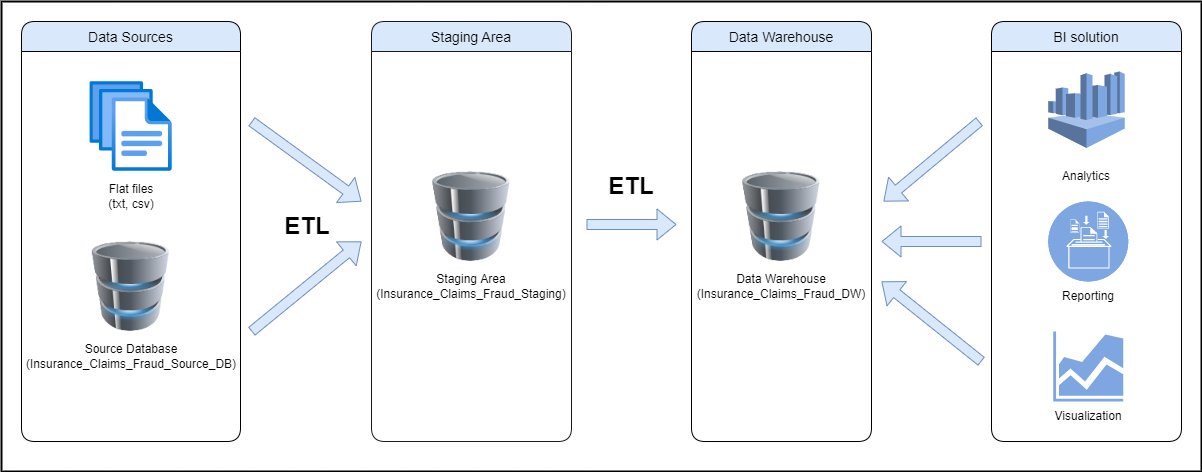
aseljayasooriya/InsuranceClaimsFraudSSIS keeps this draw.io diagram as Documents/highlevel_DW_&_BI_solution_architecture.png. Above is the earlier version. Source tidied: cells renumbered, new cells last; positions are measured from the earlier drawing's top-left corner, leaving out a move shared by most shapes. Source of this version:
```xml
<mxGraphModel>
  <root>
    <mxCell id="0" />
    <mxCell id="1" parent="0" />
    <mxCell id="2" style="rounded=0;whiteSpace=wrap;html=1;fontSize=24;strokeWidth=2;" parent="1" vertex="1">
      <mxGeometry width="1200" height="470" as="geometry" />
    </mxCell>
    <mxCell id="3" style="group;" parent="1" vertex="1">
      <mxGeometry x="20" y="20" width="219" height="420" as="geometry" />
    </mxCell>
    <mxCell id="4" value="Data Sources" style="swimlane;horizontal=1;startSize=30;rounded=1;fontSize=14;fontStyle=0;strokeWidth=1;shadow=0;dashed=0;align=center;fillColor=#dae8fc;strokeColor=#000000;" parent="3" vertex="1">
      <mxGeometry width="219" height="420" as="geometry" />
    </mxCell>
    <mxCell id="5" style="group;" parent="3" vertex="1">
      <mxGeometry x="55.6" y="220" width="107.7" height="130" as="geometry" />
    </mxCell>
    <mxCell id="6" style="image;html=1;image=img/lib/clip_art/computers/Database_128x128.png;strokeColor=#000000;strokeWidth=2;fillColor=#7EA6E0;" parent="5" vertex="1">
      <mxGeometry x="15" width="77.7" height="90" as="geometry" />
    </mxCell>
    <mxCell id="7" value="Source Database&lt;br&gt;(Insurance_Claims_Fraud_Source_DB)" style="text;html=1;strokeColor=none;fillColor=none;align=center;verticalAlign=middle;whiteSpace=wrap;rounded=0;" parent="5" vertex="1">
      <mxGeometry y="100" width="107.7" height="30" as="geometry" />
    </mxCell>
    <mxCell id="8" style="group;" parent="3" vertex="1">
      <mxGeometry x="68.4" y="60" width="82.3" height="130" as="geometry" />
    </mxCell>
    <mxCell id="9" style="html=1;align=center;image;fontSize=12;image=img/lib/azure2/general/Files.svg;strokeColor=#000000;strokeWidth=1;fillColor=#FFFFFF;" parent="8" vertex="1">
      <mxGeometry width="82.3" height="90" as="geometry" />
    </mxCell>
    <mxCell id="10" value="Flat files&lt;br&gt;(txt, csv)" style="text;html=1;strokeColor=none;fillColor=none;align=center;verticalAlign=middle;whiteSpace=wrap;rounded=0;" parent="8" vertex="1">
      <mxGeometry x="11.1" y="100" width="60" height="30" as="geometry" />
    </mxCell>
    <mxCell id="11" style="group;" parent="1" vertex="1">
      <mxGeometry x="370" y="20" width="200" height="420" as="geometry" />
    </mxCell>
    <mxCell id="12" value="Staging Area" style="swimlane;horizontal=1;startSize=30;rounded=1;fontSize=14;fontStyle=0;strokeWidth=1;shadow=0;dashed=0;align=center;fillColor=#dae8fc;strokeColor=#1A1A1A;" parent="11" vertex="1">
      <mxGeometry width="200" height="420" as="geometry" />
    </mxCell>
    <mxCell id="13" style="group;" parent="11" vertex="1">
      <mxGeometry x="35" y="150" width="130" height="130" as="geometry" />
    </mxCell>
    <mxCell id="14" style="image;html=1;image=img/lib/clip_art/computers/Database_128x128.png;strokeColor=#000000;strokeWidth=2;fillColor=#7EA6E0;" parent="13" vertex="1">
      <mxGeometry x="22.5" width="85" height="90" as="geometry" />
    </mxCell>
    <mxCell id="15" value="Staging Area&lt;br&gt;(Insurance_Claims_Fraud_Staging)" style="text;html=1;strokeColor=none;fillColor=none;align=center;verticalAlign=middle;whiteSpace=wrap;rounded=0;" parent="13" vertex="1">
      <mxGeometry y="100" width="130" height="30" as="geometry" />
    </mxCell>
    <mxCell id="16" style="group;" parent="1" vertex="1">
      <mxGeometry x="690" y="20" width="180" height="420" as="geometry" />
    </mxCell>
    <mxCell id="17" value="Data Warehouse" style="swimlane;horizontal=1;startSize=30;rounded=1;fontSize=14;fontStyle=0;strokeWidth=1;shadow=0;dashed=0;align=center;fillColor=#dae8fc;strokeColor=#000000;" parent="16" vertex="1">
      <mxGeometry width="180" height="420" as="geometry" />
    </mxCell>
    <mxCell id="18" style="group;" parent="16" vertex="1">
      <mxGeometry x="30" y="150" width="120" height="130" as="geometry" />
    </mxCell>
    <mxCell id="19" style="image;html=1;image=img/lib/clip_art/computers/Database_128x128.png;strokeColor=#000000;strokeWidth=2;fillColor=#7EA6E0;" parent="18" vertex="1">
      <mxGeometry x="17.5" width="85" height="90" as="geometry" />
    </mxCell>
    <mxCell id="20" value="Data Warehouse&lt;br&gt;(Insurance_Claims_Fraud_DW)" style="text;html=1;strokeColor=none;fillColor=none;align=center;verticalAlign=middle;whiteSpace=wrap;rounded=0;" parent="18" vertex="1">
      <mxGeometry y="100" width="120" height="30" as="geometry" />
    </mxCell>
    <mxCell id="21" style="group;" parent="1" vertex="1">
      <mxGeometry x="990" y="20" width="190" height="420" as="geometry" />
    </mxCell>
    <mxCell id="22" value="BI solution" style="swimlane;horizontal=1;startSize=30;rounded=1;fontSize=14;fontStyle=0;strokeWidth=1;shadow=0;dashed=0;align=center;fillColor=#dae8fc;strokeColor=#000000;" parent="21" vertex="1">
      <mxGeometry width="190" height="420" as="geometry" />
    </mxCell>
    <mxCell id="23" style="group;" parent="21" vertex="1">
      <mxGeometry x="56.8" y="50" width="76.5" height="120" as="geometry" />
    </mxCell>
    <mxCell id="24" style="dashed=0;verticalLabelPosition=bottom;verticalAlign=top;align=center;html=1;shape=mxgraph.aws3.athena;fillColor=#7EA6E0;gradientColor=none;strokeColor=#000000;strokeWidth=2;" parent="23" vertex="1">
      <mxGeometry width="76.5" height="76.5" as="geometry" />
    </mxCell>
    <mxCell id="25" value="Analytics" style="text;html=1;strokeColor=none;fillColor=none;align=center;verticalAlign=middle;whiteSpace=wrap;rounded=0;" parent="23" vertex="1">
      <mxGeometry x="8.2" y="90" width="60" height="30" as="geometry" />
    </mxCell>
    <mxCell id="26" style="group;" parent="21" vertex="1">
      <mxGeometry x="56.8" y="180" width="80" height="110" as="geometry" />
    </mxCell>
    <mxCell id="27" style="fillColor=#7EA6E0;verticalLabelPosition=bottom;sketch=0;html=1;strokeColor=#ffffff;verticalAlign=top;align=center;shape=mxgraph.cisco_safe.compositeIcon;bgIcon=ellipse;resIcon=mxgraph.cisco_safe.capability.logging_reporting;" parent="26" vertex="1">
      <mxGeometry width="80" height="80" as="geometry" />
    </mxCell>
    <mxCell id="28" value="Reporting" style="text;html=1;strokeColor=none;fillColor=none;align=center;verticalAlign=middle;whiteSpace=wrap;rounded=0;" parent="26" vertex="1">
      <mxGeometry x="10" y="80" width="60" height="30" as="geometry" />
    </mxCell>
    <mxCell id="29" style="sketch=0;shadow=0;dashed=0;html=1;strokeColor=none;labelPosition=center;verticalLabelPosition=bottom;verticalAlign=top;align=center;fillColor=#7EA6E0;shape=mxgraph.mscae.general.graph;" parent="21" vertex="1">
      <mxGeometry x="61.8" y="310" width="70" height="70" as="geometry" />
    </mxCell>
    <mxCell id="30" value="Visualization" style="text;html=1;strokeColor=none;fillColor=none;align=center;verticalAlign=middle;whiteSpace=wrap;rounded=0;" parent="21" vertex="1">
      <mxGeometry x="66.8" y="380" width="60" height="30" as="geometry" />
    </mxCell>
    <mxCell id="31" style="shape=flexArrow;endArrow=classic;html=1;rounded=0;fillColor=#dae8fc;strokeColor=#6c8ebf;" parent="1" edge="1">
      <mxGeometry relative="1" as="geometry">
        <mxPoint x="250" y="120" as="sourcePoint" />
        <mxPoint x="360" y="200" as="targetPoint" />
      </mxGeometry>
    </mxCell>
    <mxCell id="32" style="shape=flexArrow;endArrow=classic;html=1;rounded=0;fillColor=#dae8fc;strokeColor=#6c8ebf;" parent="1" edge="1">
      <mxGeometry relative="1" as="geometry">
        <mxPoint x="250" y="330" as="sourcePoint" />
        <mxPoint x="360" y="240" as="targetPoint" />
      </mxGeometry>
    </mxCell>
    <mxCell id="33" style="shape=flexArrow;endArrow=classic;html=1;rounded=0;fillColor=#dae8fc;strokeColor=#6c8ebf;" parent="1" edge="1">
      <mxGeometry relative="1" as="geometry">
        <mxPoint x="585" y="223" as="sourcePoint" />
        <mxPoint x="675" y="223" as="targetPoint" />
      </mxGeometry>
    </mxCell>
    <mxCell id="34" style="shape=flexArrow;endArrow=classic;html=1;rounded=0;fillColor=#dae8fc;strokeColor=#6c8ebf;" parent="1" edge="1">
      <mxGeometry relative="1" as="geometry">
        <mxPoint x="978" y="120" as="sourcePoint" />
        <mxPoint x="882" y="200" as="targetPoint" />
      </mxGeometry>
    </mxCell>
    <mxCell id="35" style="shape=flexArrow;endArrow=classic;html=1;rounded=0;fillColor=#dae8fc;strokeColor=#6c8ebf;" parent="1" edge="1">
      <mxGeometry relative="1" as="geometry">
        <mxPoint x="980" y="360" as="sourcePoint" />
        <mxPoint x="880" y="280" as="targetPoint" />
      </mxGeometry>
    </mxCell>
    <mxCell id="36" style="shape=flexArrow;endArrow=classic;html=1;rounded=0;fillColor=#dae8fc;strokeColor=#6c8ebf;" parent="1" edge="1">
      <mxGeometry relative="1" as="geometry">
        <mxPoint x="980" y="240" as="sourcePoint" />
        <mxPoint x="880" y="240" as="targetPoint" />
      </mxGeometry>
    </mxCell>
    <mxCell id="37" value="&lt;b&gt;&lt;font style=&quot;font-size: 24px&quot;&gt;ETL&lt;/font&gt;&lt;/b&gt;" style="text;html=1;strokeColor=none;fillColor=none;align=center;verticalAlign=middle;whiteSpace=wrap;rounded=0;" parent="1" vertex="1">
      <mxGeometry x="276" y="210" width="60" height="30" as="geometry" />
    </mxCell>
    <mxCell id="38" value="&lt;b&gt;&lt;font style=&quot;font-size: 24px&quot;&gt;ETL&lt;/font&gt;&lt;/b&gt;" style="text;html=1;strokeColor=none;fillColor=none;align=center;verticalAlign=middle;whiteSpace=wrap;rounded=0;" parent="1" vertex="1">
      <mxGeometry x="600" y="170" width="60" height="30" as="geometry" />
    </mxCell>
  </root>
</mxGraphModel>
```
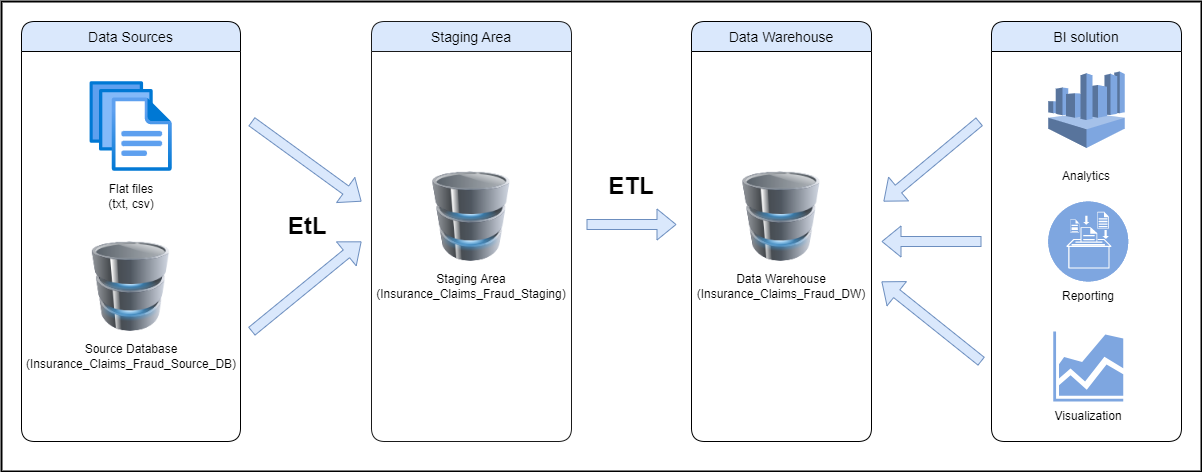
After the commit.

Diff of the diagram source:
```diff
@@ -125,7 +125,7 @@
         <mxPoint x="880" y="240" as="targetPoint" />
       </mxGeometry>
     </mxCell>
-    <mxCell id="37" value="&lt;b&gt;&lt;font style=&quot;font-size: 24px&quot;&gt;ETL&lt;/font&gt;&lt;/b&gt;" style="text;html=1;strokeColor=none;fillColor=none;align=center;verticalAlign=middle;whiteSpace=wrap;rounded=0;" parent="1" vertex="1">
+    <mxCell id="37" value="&lt;b&gt;&lt;font style=&quot;font-size: 24px&quot;&gt;EtL&lt;/font&gt;&lt;/b&gt;" style="text;html=1;strokeColor=none;fillColor=none;align=center;verticalAlign=middle;whiteSpace=wrap;rounded=0;" parent="1" vertex="1">
       <mxGeometry x="276" y="210" width="60" height="30" as="geometry" />
     </mxCell>
     <mxCell id="38" value="&lt;b&gt;&lt;font style=&quot;font-size: 24px&quot;&gt;ETL&lt;/font&gt;&lt;/b&gt;" style="text;html=1;strokeColor=none;fillColor=none;align=center;verticalAlign=middle;whiteSpace=wrap;rounded=0;" parent="1" vertex="1">
```
